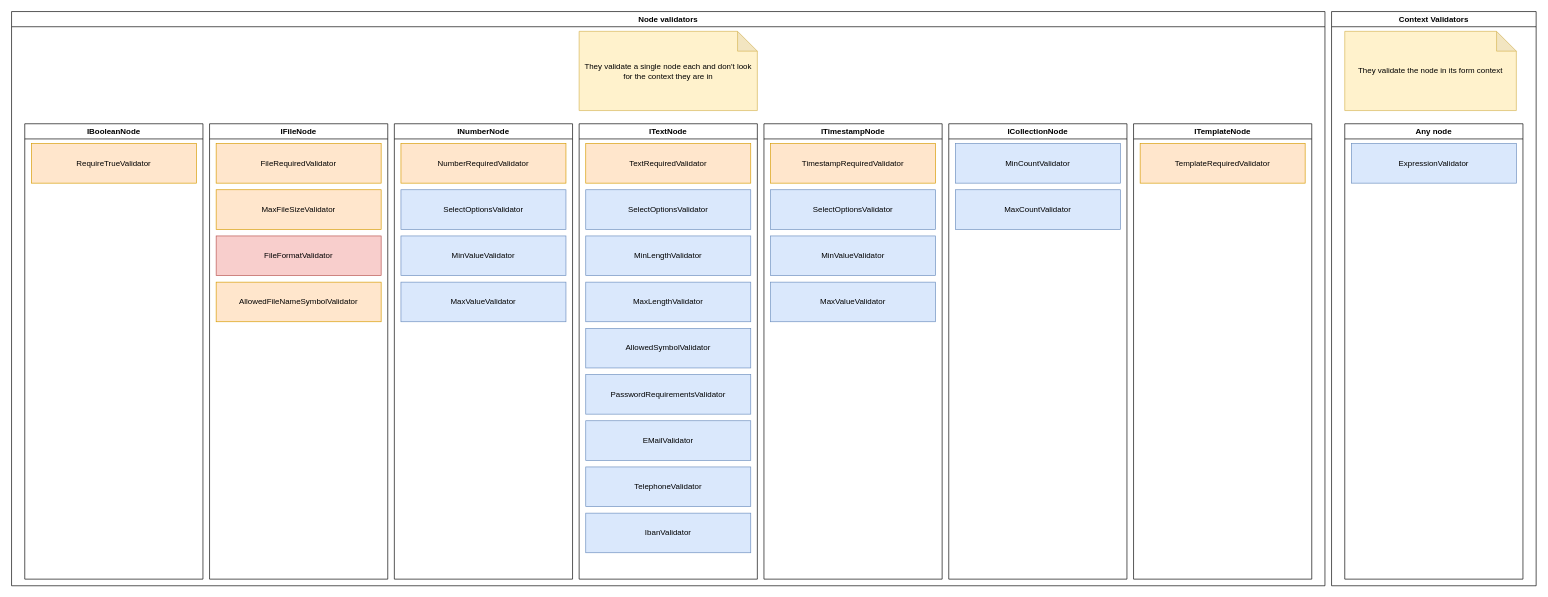
Before: doc/forms-concept/validators.drawio in RGXStorm281/common, a draw.io diagram. Source tidied: cells renumbered, new cells numbered last; positions are measured from the earlier drawing's top-left corner, leaving out a move shared by most shapes. Both pictures are drawn from the tidied source at 66%, with x=0, y=0 at pixel (11, 11).
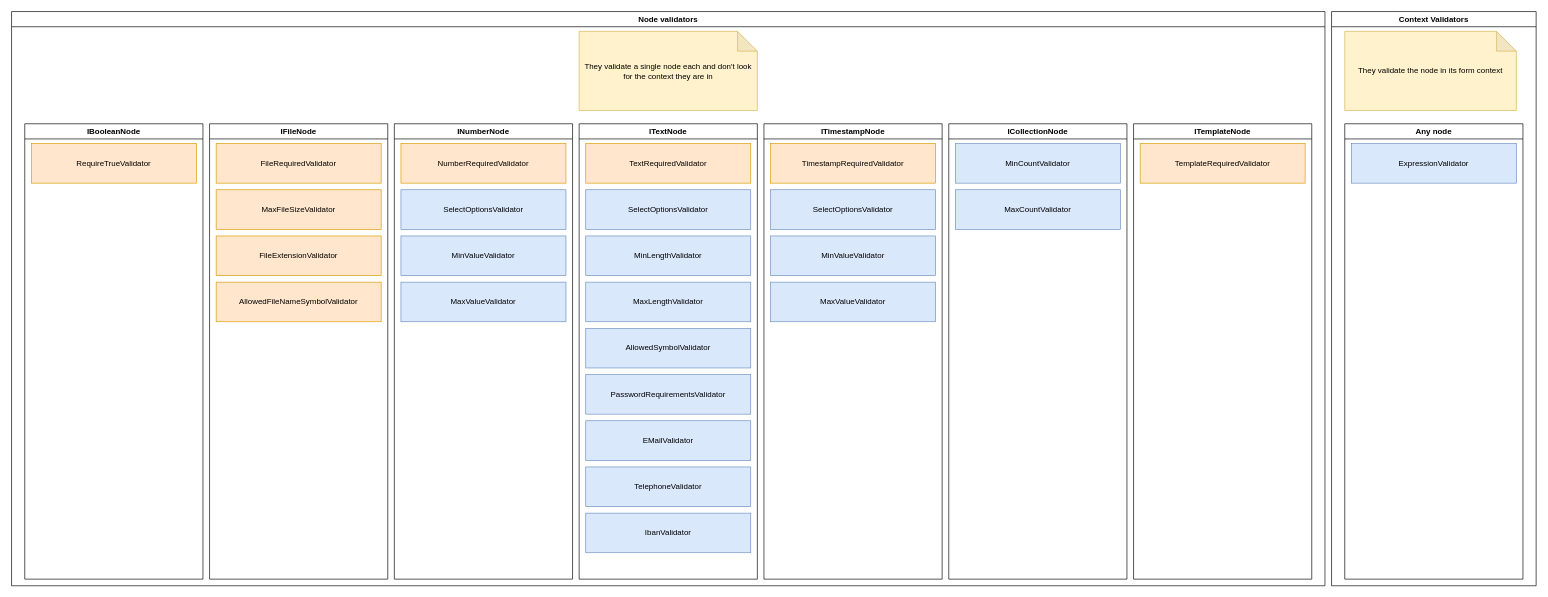
After the change.

The change refers to these unchanged cells:
```xml
<mxCell id="6" value="IFileNode" style="swimlane;whiteSpace=wrap;html=1;" parent="2" vertex="1">
  <mxGeometry x="300" y="170" width="270" height="690" as="geometry" />
</mxCell>
```

Diff of the diagram source:
```diff
@@
-    <mxCell id="10" value="FileFormatValidator" style="rounded=0;whiteSpace=wrap;html=1;fillColor=#f8cecc;strokeColor=#b85450;" parent="6" vertex="1">
+    <mxCell id="10" value="FileExtensionValidator" style="rounded=0;whiteSpace=wrap;html=1;fillColor=#ffe6cc;strokeColor=#d79b00;" parent="6" vertex="1">
       <mxGeometry x="10" y="170" width="250" height="60" as="geometry" />
     </mxCell>
```
